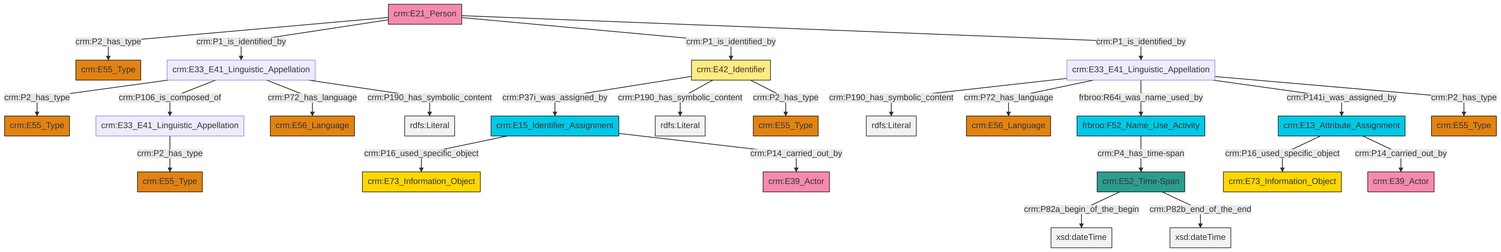
swiss-art-research-net/docs.swissartresearch keeps this Mermaid diagram as et/personCSV/ttl/mmd/png/Person_Names_and_Classification.png. Above is the earlier version. Its source is kept beside it as et/personCSV/ttl/mmd/Person_Names_and_Classification.ttl.mmd.
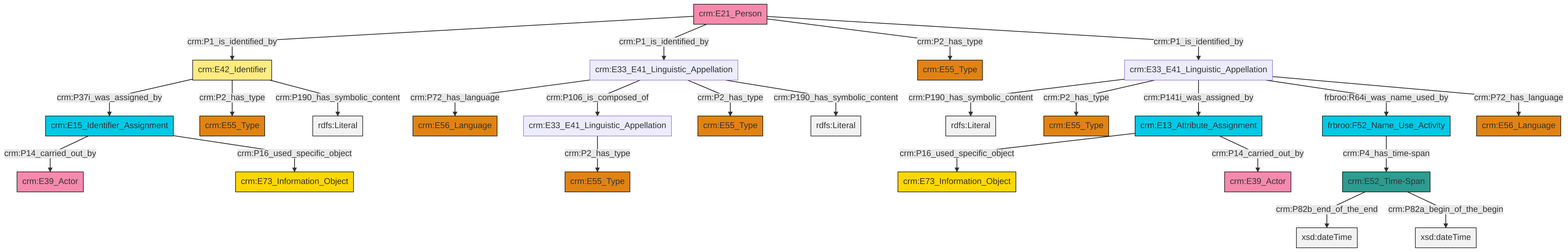
After the commit.

What changed in the source:
```diff
@@ -13,27 +13,27 @@
 classDef PC_Classes fill:#4ce600, stroke:#000000;
 classDef Multi fill:#cccccc,stroke:#000000;
 
-4["crm:E42_Identifier"]:::Appellation -->|crm:P37i_was_assigned_by| 5["crm:E15_Identifier_Assignment"]:::Temporal_Entity
-10["crm:E33_E41_Linguistic_Appellation"]:::Default -->|crm:P190_has_symbolic_content| 11[rdfs:Literal]:::Literal
-5["crm:E15_Identifier_Assignment"]:::Temporal_Entity -->|crm:P16_used_specific_object| 12["crm:E73_Information_Object"]:::Conceptual_Object
-13["frbroo:F52_Name_Use_Activity"]:::Temporal_Entity -->|crm:P4_has_time-span| 8["crm:E52_Time-Span"]:::Time-Span
-8["crm:E52_Time-Span"]:::Time-Span -->|crm:P82a_begin_of_the_begin| 14[xsd:dateTime]:::Literal
-15["crm:E33_E41_Linguistic_Appellation"]:::Default -->|crm:P2_has_type| 19["crm:E55_Type"]:::Type
-10["crm:E33_E41_Linguistic_Appellation"]:::Default -->|crm:P72_has_language| 6["crm:E56_Language"]:::Type
-4["crm:E42_Identifier"]:::Appellation -->|crm:P190_has_symbolic_content| 26[rdfs:Literal]:::Literal
-27["crm:E33_E41_Linguistic_Appellation"]:::Default -->|crm:P2_has_type| 20["crm:E55_Type"]:::Type
-5["crm:E15_Identifier_Assignment"]:::Temporal_Entity -->|crm:P14_carried_out_by| 17["crm:E39_Actor"]:::Actor
-27["crm:E33_E41_Linguistic_Appellation"]:::Default -->|crm:P106_is_composed_of| 15["crm:E33_E41_Linguistic_Appellation"]:::Default
-34["crm:E21_Person"]:::Actor -->|crm:P2_has_type| 36["crm:E55_Type"]:::Type
-27["crm:E33_E41_Linguistic_Appellation"]:::Default -->|crm:P72_has_language| 37["crm:E56_Language"]:::Type
-10["crm:E33_E41_Linguistic_Appellation"]:::Default -->|frbroo:R64i_was_name_used_by| 13["frbroo:F52_Name_Use_Activity"]:::Temporal_Entity
-4["crm:E42_Identifier"]:::Appellation -->|crm:P2_has_type| 38["crm:E55_Type"]:::Type
-32["crm:E13_Attribute_Assignment"]:::Temporal_Entity -->|crm:P16_used_specific_object| 23["crm:E73_Information_Object"]:::Conceptual_Object
-32["crm:E13_Attribute_Assignment"]:::Temporal_Entity -->|crm:P14_carried_out_by| 0["crm:E39_Actor"]:::Actor
-10["crm:E33_E41_Linguistic_Appellation"]:::Default -->|crm:P141i_was_assigned_by| 32["crm:E13_Attribute_Assignment"]:::Temporal_Entity
-34["crm:E21_Person"]:::Actor -->|crm:P1_is_identified_by| 27["crm:E33_E41_Linguistic_Appellation"]:::Default
-8["crm:E52_Time-Span"]:::Time-Span -->|crm:P82b_end_of_the_end| 44[xsd:dateTime]:::Literal
-34["crm:E21_Person"]:::Actor -->|crm:P1_is_identified_by| 4["crm:E42_Identifier"]:::Appellation
-10["crm:E33_E41_Linguistic_Appellation"]:::Default -->|crm:P2_has_type| 2["crm:E55_Type"]:::Type
-27["crm:E33_E41_Linguistic_Appellation"]:::Default -->|crm:P190_has_symbolic_content| 46[rdfs:Literal]:::Literal
-34["crm:E21_Person"]:::Actor -->|crm:P1_is_identified_by| 10["crm:E33_E41_Linguistic_Appellation"]:::Default
+4["crm:E33_E41_Linguistic_Appellation"]:::Default -->|crm:P72_has_language| 5["crm:E56_Language"]:::Type
+6["crm:E42_Identifier"]:::Appellation -->|crm:P37i_was_assigned_by| 7["crm:E15_Identifier_Assignment"]:::Temporal_Entity
+8["crm:E33_E41_Linguistic_Appellation"]:::Default -->|crm:P2_has_type| 9["crm:E55_Type"]:::Type
+10["crm:E21_Person"]:::Actor -->|crm:P1_is_identified_by| 6["crm:E42_Identifier"]:::Appellation
+0["frbroo:F52_Name_Use_Activity"]:::Temporal_Entity -->|crm:P4_has_time-span| 16["crm:E52_Time-Span"]:::Time-Span
+10["crm:E21_Person"]:::Actor -->|crm:P1_is_identified_by| 4["crm:E33_E41_Linguistic_Appellation"]:::Default
+4["crm:E33_E41_Linguistic_Appellation"]:::Default -->|crm:P106_is_composed_of| 8["crm:E33_E41_Linguistic_Appellation"]:::Default
+16["crm:E52_Time-Span"]:::Time-Span -->|crm:P82b_end_of_the_end| 21[xsd:dateTime]:::Literal
+2["crm:E13_Attribute_Assignment"]:::Temporal_Entity -->|crm:P16_used_specific_object| 12["crm:E73_Information_Object"]:::Conceptual_Object
+10["crm:E21_Person"]:::Actor -->|crm:P2_has_type| 24["crm:E55_Type"]:::Type
+16["crm:E52_Time-Span"]:::Time-Span -->|crm:P82a_begin_of_the_begin| 27[xsd:dateTime]:::Literal
+14["crm:E33_E41_Linguistic_Appellation"]:::Default -->|crm:P190_has_symbolic_content| 28[rdfs:Literal]:::Literal
+14["crm:E33_E41_Linguistic_Appellation"]:::Default -->|crm:P2_has_type| 32["crm:E55_Type"]:::Type
+14["crm:E33_E41_Linguistic_Appellation"]:::Default -->|crm:P141i_was_assigned_by| 2["crm:E13_Attribute_Assignment"]:::Temporal_Entity
+4["crm:E33_E41_Linguistic_Appellation"]:::Default -->|crm:P2_has_type| 29["crm:E55_Type"]:::Type
+10["crm:E21_Person"]:::Actor -->|crm:P1_is_identified_by| 14["crm:E33_E41_Linguistic_Appellation"]:::Default
+14["crm:E33_E41_Linguistic_Appellation"]:::Default -->|frbroo:R64i_was_name_used_by| 0["frbroo:F52_Name_Use_Activity"]:::Temporal_Entity
+6["crm:E42_Identifier"]:::Appellation -->|crm:P2_has_type| 22["crm:E55_Type"]:::Type
+7["crm:E15_Identifier_Assignment"]:::Temporal_Entity -->|crm:P14_carried_out_by| 25["crm:E39_Actor"]:::Actor
+4["crm:E33_E41_Linguistic_Appellation"]:::Default -->|crm:P190_has_symbolic_content| 39[rdfs:Literal]:::Literal
+14["crm:E33_E41_Linguistic_Appellation"]:::Default -->|crm:P72_has_language| 19["crm:E56_Language"]:::Type
+2["crm:E13_Attribute_Assignment"]:::Temporal_Entity -->|crm:P14_carried_out_by| 44["crm:E39_Actor"]:::Actor
+6["crm:E42_Identifier"]:::Appellation -->|crm:P190_has_symbolic_content| 46[rdfs:Literal]:::Literal
+7["crm:E15_Identifier_Assignment"]:::Temporal_Entity -->|crm:P16_used_specific_object| 36["crm:E73_Information_Object"]:::Conceptual_Object
```
